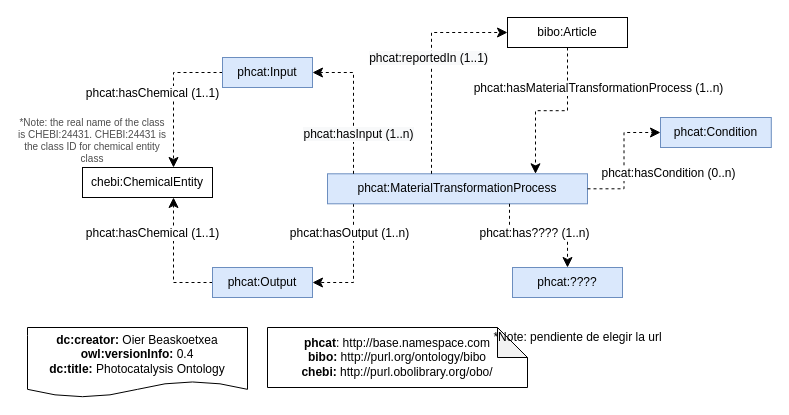
This is page "1000-feet-overview" (9 of 10) of ontology/photocatalysis-ontology-diagram.drawio from SolarChem/solarchem-ontology, a draw.io file, before an edit. Source tidied: cells renumbered, new cells numbered last; positions are measured from the earlier drawing's top-left corner, leaving out a move shared by most shapes. Both pictures are drawn from the tidied source at 100%, with x=0, y=0 at pixel (17, 17).
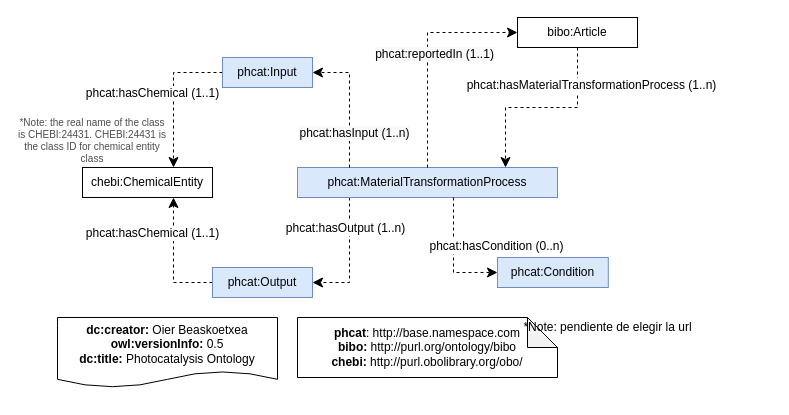
The same diagram, later.

Unchanged cells that the change refers to:
```xml
<mxCell id="22" value="phcat:Output" style="rounded=0;whiteSpace=wrap;html=1;snapToPoint=1;points=[[0.1,0],[0.2,0],[0.3,0],[0.4,0],[0.5,0],[0.6,0],[0.7,0],[0.8,0],[0.9,0],[0,0.1],[0,0.3],[0,0.5],[0,0.7],[0,0.9],[0.1,1],[0.2,1],[0.3,1],[0.4,1],[0.5,1],[0.6,1],[0.7,1],[0.8,1],[0.9,1],[1,0.1],[1,0.3],[1,0.5],[1,0.7],[1,0.9]];fontSize=12;fillColor=#dae8fc;strokeColor=#6c8ebf;" parent="21" vertex="1">
  <mxGeometry width="100" height="30" as="geometry" />
</mxCell>
<mxCell id="24" value="phcat:Input" style="rounded=0;whiteSpace=wrap;html=1;snapToPoint=1;points=[[0.1,0],[0.2,0],[0.3,0],[0.4,0],[0.5,0],[0.6,0],[0.7,0],[0.8,0],[0.9,0],[0,0.1],[0,0.3],[0,0.5],[0,0.7],[0,0.9],[0.1,1],[0.2,1],[0.3,1],[0.4,1],[0.5,1],[0.6,1],[0.7,1],[0.8,1],[0.9,1],[1,0.1],[1,0.3],[1,0.5],[1,0.7],[1,0.9]];fillColor=#dae8fc;strokeColor=#6c8ebf;" parent="1" vertex="1">
  <mxGeometry x="205" y="40" width="90" height="30" as="geometry" />
</mxCell>
```

The edit, as a diff of the source:
```diff
@@
-    <mxCell id="2" value="&lt;div&gt;&lt;b&gt;dc:creator:&lt;/b&gt;&amp;nbsp;Oier Beaskoetxea&lt;/div&gt;&lt;div&gt;&lt;b&gt;owl:versionInfo:&lt;/b&gt; 0.4&lt;/div&gt;&lt;div&gt;&lt;b&gt;dc:title:&lt;/b&gt;&amp;nbsp;Photocatalysis Ontology&lt;/div&gt;" style="shape=document;whiteSpace=wrap;html=1;boundedLbl=1;labelBackgroundColor=#ffffff;strokeColor=#000000;fontSize=12;fontColor=#000000;size=0.23333333333333334;" parent="1" vertex="1">
-      <mxGeometry x="10" y="310" width="220" height="70" as="geometry" />
+    <mxCell id="2" value="&lt;div&gt;&lt;b&gt;dc:creator:&lt;/b&gt;&amp;nbsp;Oier Beaskoetxea&lt;/div&gt;&lt;div&gt;&lt;b&gt;owl:versionInfo:&lt;/b&gt; 0.5&lt;/div&gt;&lt;div&gt;&lt;b&gt;dc:title:&lt;/b&gt;&amp;nbsp;Photocatalysis Ontology&lt;/div&gt;" style="shape=document;whiteSpace=wrap;html=1;boundedLbl=1;labelBackgroundColor=#ffffff;strokeColor=#000000;fontSize=12;fontColor=#000000;size=0.23333333333333334;" parent="1" vertex="1">
+      <mxGeometry x="40" y="300" width="220" height="70" as="geometry" />
     </mxCell>
     <mxCell id="3" value="&lt;div&gt;&lt;b&gt;phcat&lt;/b&gt;: http://base.namespace.com&lt;/div&gt;&lt;div&gt;&lt;b style=&quot;background-color: initial;&quot;&gt;bibo:&amp;nbsp;&lt;/b&gt;&lt;span style=&quot;background-color: initial;&quot;&gt;http://purl.org/ontology/bibo&lt;/span&gt;&lt;br&gt;&lt;/div&gt;&lt;div&gt;&lt;b&gt;chebi:&amp;nbsp;&lt;/b&gt;http://purl.obolibrary.org/obo/&lt;/div&gt;" style="shape=note;whiteSpace=wrap;html=1;backgroundOutline=1;darkOpacity=0.05;align=center;" parent="1" vertex="1">
-      <mxGeometry x="250" y="310" width="260" height="60" as="geometry" />
+      <mxGeometry x="280" y="300" width="260" height="60" as="geometry" />
     </mxCell>
-    <mxCell id="4" style="endArrow=classic;html=1;endSize=8;dashed=1;arcSize=0;rounded=0;entryX=1;entryY=0.5;entryDx=0;entryDy=0;exitX=0.1;exitY=1;exitDx=0;exitDy=0;edgeStyle=orthogonalEdgeStyle;" parent="1" edge="1" source="11" target="22">
+    <mxCell id="4" style="endArrow=classic;html=1;endSize=8;dashed=1;arcSize=0;rounded=0;entryX=1;entryY=0.5;entryDx=0;entryDy=0;exitX=0.2;exitY=1;exitDx=0;exitDy=0;edgeStyle=orthogonalEdgeStyle;" parent="1" edge="1" source="11" target="22">
       <mxGeometry relative="1" as="geometry" />
     </mxCell>
@@
     <mxCell id="6" value="*Note: pendiente de elegir la url" style="text;html=1;align=center;verticalAlign=middle;strokeColor=none;fillColor=none;" parent="1" vertex="1">
-      <mxGeometry x="470" y="310" width="180" height="20" as="geometry" />
+      <mxGeometry x="500" y="300" width="180" height="20" as="geometry" />
     </mxCell>
@@
     <mxCell id="11" value="phcat:MaterialTransformationProcess" style="rounded=0;whiteSpace=wrap;html=1;snapToPoint=1;points=[[0.1,0],[0.2,0],[0.3,0],[0.4,0],[0.5,0],[0.6,0],[0.7,0],[0.8,0],[0.9,0],[0,0.1],[0,0.3],[0,0.5],[0,0.7],[0,0.9],[0.1,1],[0.2,1],[0.3,1],[0.4,1],[0.5,1],[0.6,1],[0.7,1],[0.8,1],[0.9,1],[1,0.1],[1,0.3],[1,0.5],[1,0.7],[1,0.9]];fillColor=#dae8fc;strokeColor=#6c8ebf;" parent="1" vertex="1">
-      <mxGeometry x="310" y="156.3" width="260" height="30" as="geometry" />
+      <mxGeometry x="280" y="150" width="260" height="30" as="geometry" />
     </mxCell>
-    <mxCell id="12" style="endArrow=classic;html=1;endSize=8;dashed=1;arcSize=0;rounded=0;fontSize=9;fontColor=#FF0000;edgeStyle=orthogonalEdgeStyle;entryX=1;entryY=0.5;entryDx=0;entryDy=0;exitX=0.1;exitY=0;exitDx=0;exitDy=0;" parent="1" edge="1" source="11" target="24">
+    <mxCell id="12" style="endArrow=classic;html=1;endSize=8;dashed=1;arcSize=0;rounded=0;fontSize=9;fontColor=#FF0000;edgeStyle=orthogonalEdgeStyle;entryX=1;entryY=0.5;entryDx=0;entryDy=0;exitX=0.2;exitY=0;exitDx=0;exitDy=0;" parent="1" edge="1" source="11" target="24">
       <mxGeometry relative="1" as="geometry" />
     </mxCell>
@@
-    <mxCell id="14" style="endArrow=classic;html=1;endSize=8;dashed=1;arcSize=0;rounded=0;fontSize=9;fontColor=#FF0000;exitX=0.4;exitY=0;exitDx=0;exitDy=0;edgeStyle=orthogonalEdgeStyle;entryX=0;entryY=0.5;entryDx=0;entryDy=0;" parent="1" edge="1" source="11" target="23">
+    <mxCell id="14" style="endArrow=classic;html=1;endSize=8;dashed=1;arcSize=0;rounded=0;fontSize=9;fontColor=#FF0000;exitX=0.5;exitY=0;exitDx=0;exitDy=0;edgeStyle=orthogonalEdgeStyle;entryX=0;entryY=0.5;entryDx=0;entryDy=0;" parent="1" edge="1" source="11" target="23">
       <mxGeometry relative="1" as="geometry" />
     </mxCell>
     <mxCell id="15" value="&lt;span style=&quot;font-size: 12px ; background-color: rgb(248 , 249 , 250)&quot;&gt;phcat:reportedIn (1..1)&lt;/span&gt;" style="edgeLabel;html=1;align=center;verticalAlign=middle;fontSize=9;fontColor=#000000;strokeColor=#FF0000;" parent="14" vertex="1">
       <mxGeometry x="-0.19" y="-1" relative="1" as="geometry">
-        <mxPoint x="-5" y="-28" as="offset" />
+        <mxPoint x="5" y="-23" as="offset" />
       </mxGeometry>
     </mxCell>
@@
-    <mxCell id="18" style="endArrow=classic;html=1;endSize=8;dashed=1;arcSize=0;rounded=0;exitX=1;exitY=0.5;exitDx=0;exitDy=0;entryX=0;entryY=0.5;entryDx=0;entryDy=0;edgeStyle=orthogonalEdgeStyle;fontStyle=1;" parent="1" edge="1" source="11" target="20">
+    <mxCell id="18" style="endArrow=classic;html=1;endSize=8;dashed=1;arcSize=0;rounded=0;exitX=0.6;exitY=1;exitDx=0;exitDy=0;entryX=0;entryY=0.5;entryDx=0;entryDy=0;edgeStyle=orthogonalEdgeStyle;fontStyle=1;" parent="1" edge="1" source="11" target="20">
       <mxGeometry relative="1" as="geometry" />
     </mxCell>
@@
     <mxCell id="20" value="phcat:Condition" style="rounded=0;whiteSpace=wrap;html=1;snapToPoint=1;points=[[0.1,0],[0.2,0],[0.3,0],[0.4,0],[0.5,0],[0.6,0],[0.7,0],[0.8,0],[0.9,0],[0,0.1],[0,0.3],[0,0.5],[0,0.7],[0,0.9],[0.1,1],[0.2,1],[0.3,1],[0.4,1],[0.5,1],[0.6,1],[0.7,1],[0.8,1],[0.9,1],[1,0.1],[1,0.3],[1,0.5],[1,0.7],[1,0.9]];fillColor=#dae8fc;strokeColor=#6c8ebf;" parent="1" vertex="1">
-      <mxGeometry x="643" y="100" width="110.8" height="30" as="geometry" />
+      <mxGeometry x="480" y="240" width="110.8" height="30" as="geometry" />
     </mxCell>
@@
     <mxCell id="23" value="bibo:Article" style="rounded=0;whiteSpace=wrap;html=1;snapToPoint=1;points=[[0.1,0],[0.2,0],[0.3,0],[0.4,0],[0.5,0],[0.6,0],[0.7,0],[0.8,0],[0.9,0],[0,0.1],[0,0.3],[0,0.5],[0,0.7],[0,0.9],[0.1,1],[0.2,1],[0.3,1],[0.4,1],[0.5,1],[0.6,1],[0.7,1],[0.8,1],[0.9,1],[1,0.1],[1,0.3],[1,0.5],[1,0.7],[1,0.9]];" parent="1" vertex="1">
-      <mxGeometry x="490" width="120" height="30" as="geometry" />
+      <mxGeometry x="500" width="120" height="30" as="geometry" />
     </mxCell>
@@
-    <mxCell id="26" value="phcat:????" style="rounded=0;whiteSpace=wrap;html=1;snapToPoint=1;points=[[0.1,0],[0.2,0],[0.3,0],[0.4,0],[0.5,0],[0.6,0],[0.7,0],[0.8,0],[0.9,0],[0,0.1],[0,0.3],[0,0.5],[0,0.7],[0,0.9],[0.1,1],[0.2,1],[0.3,1],[0.4,1],[0.5,1],[0.6,1],[0.7,1],[0.8,1],[0.9,1],[1,0.1],[1,0.3],[1,0.5],[1,0.7],[1,0.9]];fillColor=#dae8fc;strokeColor=#6c8ebf;" parent="1" vertex="1">
-      <mxGeometry x="495" y="250" width="110" height="30" as="geometry" />
-    </mxCell>
-    <mxCell id="27" style="endArrow=classic;html=1;endSize=8;dashed=1;arcSize=0;rounded=0;exitX=0.7;exitY=1;exitDx=0;exitDy=0;entryX=0.5;entryY=0;entryDx=0;entryDy=0;edgeStyle=orthogonalEdgeStyle;fontStyle=1;" parent="1" edge="1" source="11" target="26">
-      <mxGeometry relative="1" as="geometry" />
-    </mxCell>
-    <mxCell id="28" value="&lt;span style=&quot;font-size: 12px;&quot;&gt;phcat:has???? (1..n)&lt;/span&gt;" style="edgeLabel;html=1;align=center;verticalAlign=middle;labelBackgroundColor=#FFFFFF;" parent="27" vertex="1">
-      <mxGeometry x="-0.19" y="-1" relative="1" as="geometry">
-        <mxPoint x="7" y="-4" as="offset" />
-      </mxGeometry>
-    </mxCell>
```
